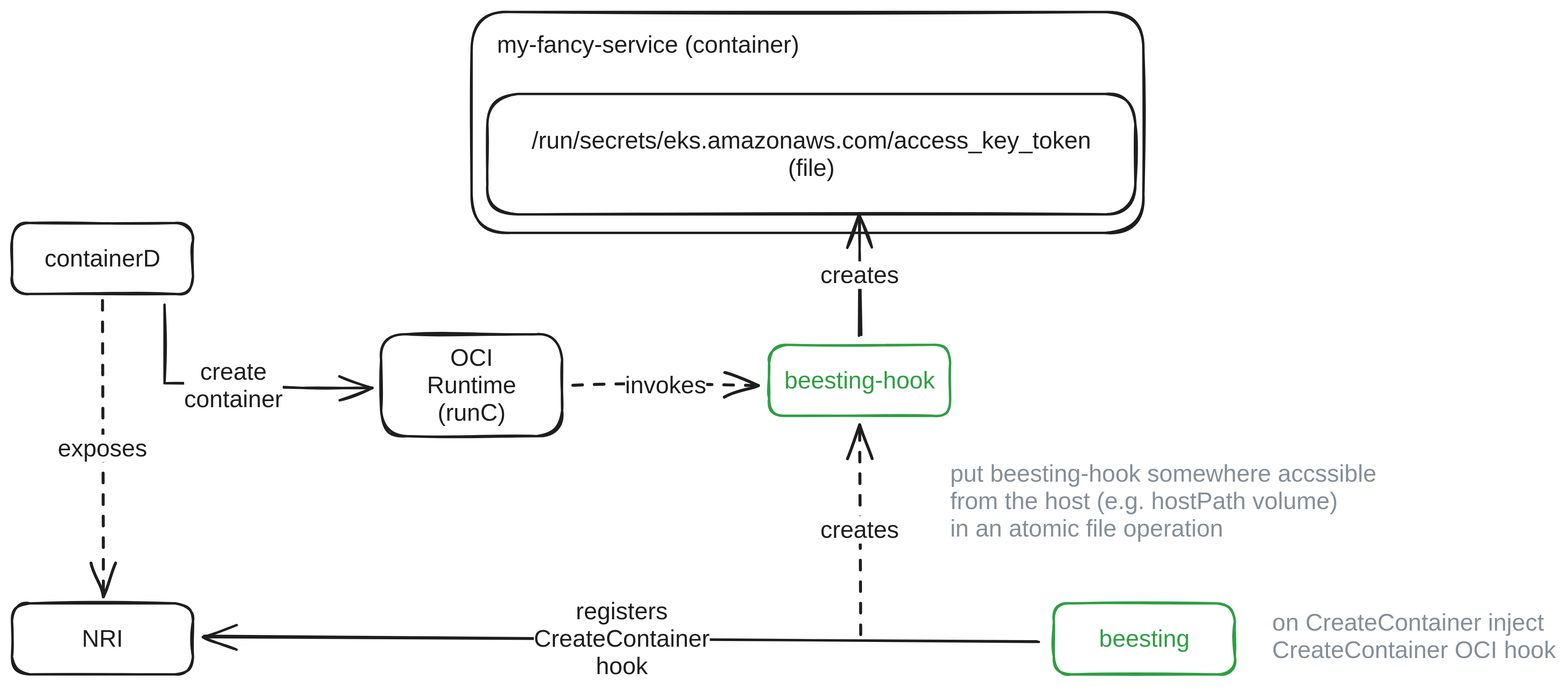
Before: presentation/public/beesting_pocv1.excalidraw.svg, a diagram exported from Excalidraw (patrickpichler/beesting_talk). Source tidied: one line per element, renumbered; positions are measured from the earlier drawing's top-left corner, leaving out a move shared by most shapes.
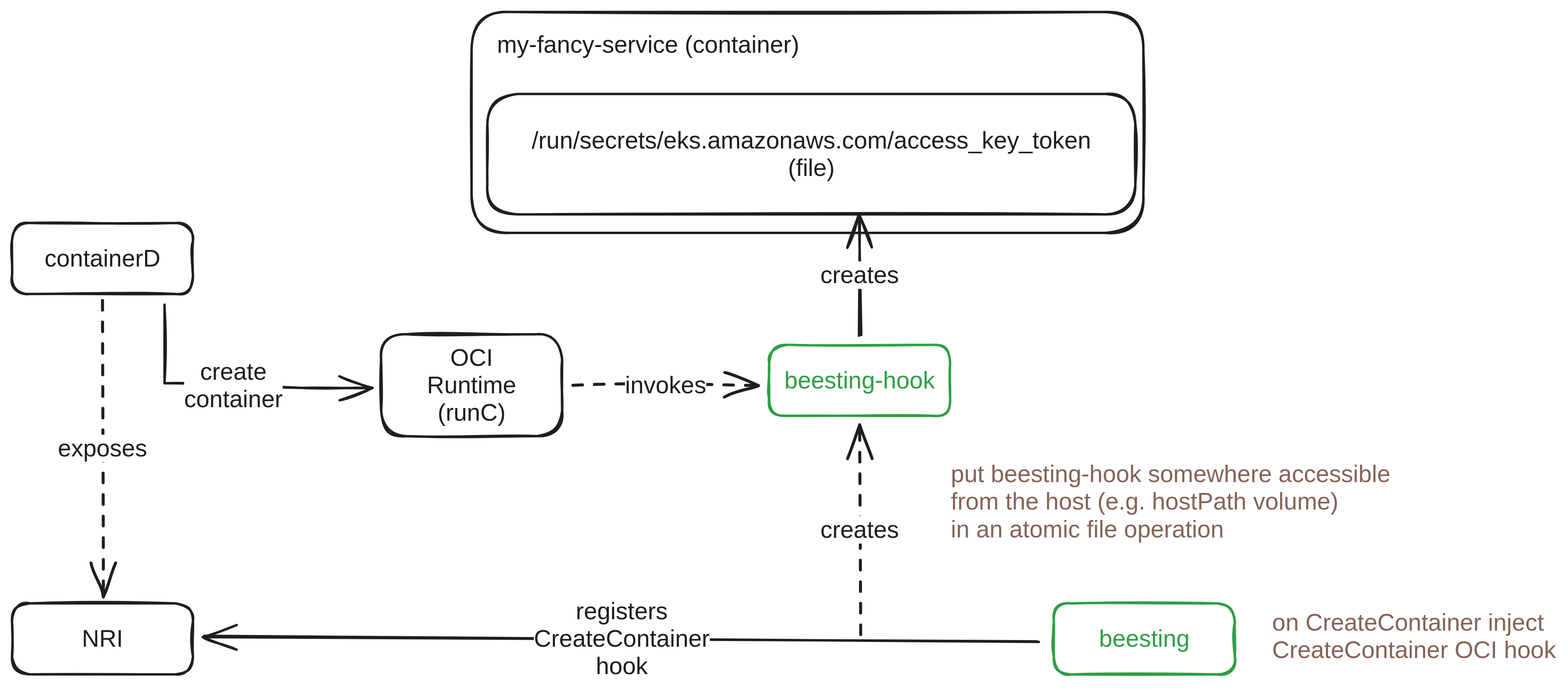
The same diagram one commit later.

Diff of the diagram source:
```diff
@@ -24,5 +24,5 @@
 {"id": 23, "type": "text", "text": "invokes", "strokeColor": "#1e1e1e", "strokeWidth": 2, "roughness": 1, "fontSize": 20, "fontFamily": 2, "textAlign": "center", "verticalAlign": "middle", "inside": 22, "x": 511, "y": 300, "width": 68, "height": 23}
 {"id": 24, "type": "arrow", "strokeColor": "#1e1e1e", "strokeWidth": 2, "roughness": 1, "endArrowhead": "arrow", "from": 0, "to": 20, "x": 127, "y": 244, "width": 173, "height": 69, "points": [[0, 0], [0, 66], [115, 69], [173, 69]]}
 {"id": 25, "type": "text", "text": "create\ncontainer", "strokeColor": "#1e1e1e", "strokeWidth": 2, "roughness": 1, "fontSize": 20, "fontFamily": 2, "textAlign": "center", "verticalAlign": "middle", "inside": 24, "x": 143, "y": 289, "width": 82, "height": 46}
-{"id": 26, "type": "text", "text": "on CreateContainer inject \nCreateContainer OCI hook", "strokeColor": "#868e96", "strokeWidth": 2, "strokeStyle": "dashed", "roughness": 1, "fontSize": 20, "fontFamily": 2, "x": 1051, "y": 498, "width": 237, "height": 46}
+{"id": 26, "type": "text", "text": "on CreateContainer inject \nCreateContainer OCI hook", "strokeColor": "#846358", "strokeWidth": 2, "strokeStyle": "dashed", "roughness": 1, "fontSize": 20, "fontFamily": 2, "x": 1051, "y": 498, "width": 237, "height": 46}
-{"id": 27, "type": "text", "text": "put beesting-hook somewhere accssible\nfrom the host (e.g. hostPath volume)\nin an atomic file operation", "strokeColor": "#868e96", "strokeWidth": 2, "strokeStyle": "dashed", "roughness": 1, "fontSize": 20, "fontFamily": 2, "x": 783, "y": 374, "width": 356, "height": 69}
+{"id": 27, "type": "text", "text": "put beesting-hook somewhere accessible\nfrom the host (e.g. hostPath volume)\nin an atomic file operation", "strokeColor": "#846358", "strokeWidth": 2, "strokeStyle": "dashed", "roughness": 1, "fontSize": 20, "fontFamily": 2, "x": 783, "y": 374, "width": 367, "height": 69}
```
